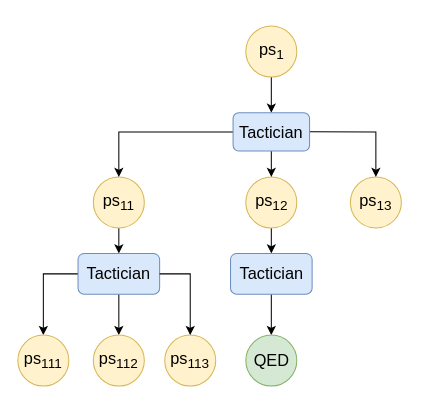
Earlier version of the draw.io diagram tactician.drawio (Zhang-Liao/draw-io). Source tidied: cells renumbered, new cells numbered last; positions are measured from the earlier drawing's top-left corner, leaving out a move shared by most shapes. Both pictures are drawn from the tidied source at 102%, with x=0, y=0 at pixel (17, 26).
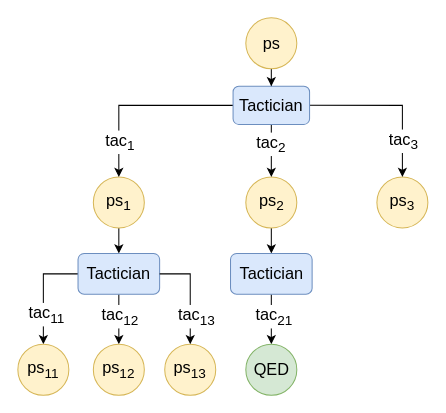
Above is the later version.

Unchanged cells that the change refers to:
```xml
<mxCell id="10" style="edgeStyle=orthogonalEdgeStyle;rounded=0;jettySize=auto;html=1;entryX=0.5;entryY=0;entryDx=0;entryDy=0;" parent="1" edge="1" source="12" target="7">
  <mxGeometry relative="1" as="geometry" />
</mxCell>
<mxCell id="11" style="edgeStyle=orthogonalEdgeStyle;rounded=0;jettySize=auto;html=1;exitX=1;exitY=0.5;exitDx=0;exitDy=0;entryX=0.5;entryY=0;entryDx=0;entryDy=0;" parent="1" edge="1" source="12" target="8">
  <mxGeometry relative="1" as="geometry" />
</mxCell>
```

Change to the diagram source:
```diff
@@
-    <mxCell id="3" value="&lt;font style=&quot;font-size: 16px;&quot;&gt;ps&lt;sub&gt;1&lt;/sub&gt;&lt;/font&gt;" style="ellipse;whiteSpace=wrap;html=1;fillColor=#fff2cc;strokeColor=#d6b656;" parent="1" vertex="1">
-      <mxGeometry x="223.5" width="50" height="50" as="geometry" />
+    <mxCell id="3" value="&lt;font style=&quot;font-size: 16px;&quot;&gt;ps&lt;/font&gt;" style="ellipse;whiteSpace=wrap;html=1;fillColor=#fff2cc;strokeColor=#d6b656;" parent="1" vertex="1">
+      <mxGeometry x="223.5" y="-8" width="50" height="50" as="geometry" />
     </mxCell>
@@
-    <mxCell id="5" value="&lt;font style=&quot;font-size: 16px;&quot;&gt;ps&lt;sub&gt;11&lt;/sub&gt;&lt;/font&gt;" style="ellipse;whiteSpace=wrap;html=1;fillColor=#fff2cc;strokeColor=#d6b656;" parent="1" vertex="1">
+    <mxCell id="5" value="&lt;font style=&quot;font-size: 16px;&quot;&gt;ps&lt;sub&gt;1&lt;/sub&gt;&lt;/font&gt;" style="ellipse;whiteSpace=wrap;html=1;fillColor=#fff2cc;strokeColor=#d6b656;" parent="1" vertex="1">
       <mxGeometry x="74" y="148" width="50" height="50" as="geometry" />
     </mxCell>
@@
-    <mxCell id="7" value="&lt;font style=&quot;font-size: 16px;&quot;&gt;ps&lt;sub&gt;12&lt;/sub&gt;&lt;/font&gt;" style="ellipse;whiteSpace=wrap;html=1;fillColor=#fff2cc;strokeColor=#d6b656;" parent="1" vertex="1">
+    <mxCell id="7" value="&lt;font style=&quot;font-size: 16px;&quot;&gt;ps&lt;sub&gt;2&lt;/sub&gt;&lt;/font&gt;" style="ellipse;whiteSpace=wrap;html=1;fillColor=#fff2cc;strokeColor=#d6b656;" parent="1" vertex="1">
       <mxGeometry x="223.5" y="148" width="50" height="50" as="geometry" />
     </mxCell>
-    <mxCell id="8" value="&lt;font style=&quot;font-size: 16px;&quot;&gt;ps&lt;sub&gt;13&lt;/sub&gt;&lt;/font&gt;" style="ellipse;whiteSpace=wrap;html=1;fillColor=#fff2cc;strokeColor=#d6b656;" parent="1" vertex="1">
-      <mxGeometry x="326" y="148" width="50" height="50" as="geometry" />
+    <mxCell id="8" value="&lt;font style=&quot;font-size: 16px;&quot;&gt;ps&lt;sub&gt;3&lt;/sub&gt;&lt;/font&gt;" style="ellipse;whiteSpace=wrap;html=1;fillColor=#fff2cc;strokeColor=#d6b656;" parent="1" vertex="1">
+      <mxGeometry x="352" y="148" width="50" height="50" as="geometry" />
     </mxCell>
@@
+    <mxCell id="23" value="tac&lt;sub&gt;2&lt;/sub&gt;" style="edgeLabel;html=1;align=center;verticalAlign=middle;fontSize=16;" parent="10" vertex="1">
+      <mxGeometry x="-0.26" y="-1" relative="1" as="geometry" />
+    </mxCell>
@@
+    <mxCell id="24" value="&lt;font style=&quot;font-size: 16px;&quot;&gt;tac&lt;sub style=&quot;&quot;&gt;3&lt;/sub&gt;&lt;/font&gt;" style="edgeLabel;html=1;align=center;verticalAlign=middle;" parent="11" vertex="1">
+      <mxGeometry x="0.35" y="-2" relative="1" as="geometry">
+        <mxPoint x="2" y="17" as="offset" />
+      </mxGeometry>
+    </mxCell>
     <mxCell id="12" value="&lt;font style=&quot;font-size: 16px;&quot;&gt;Tactician&lt;/font&gt;" style="rounded=1;whiteSpace=wrap;html=1;fillColor=#dae8fc;strokeColor=#6c8ebf;" parent="1" vertex="1">
-      <mxGeometry x="211" y="85" width="75" height="37.5" as="geometry" />
+      <mxGeometry x="211" y="59" width="75" height="37.5" as="geometry" />
     </mxCell>
@@
-    <mxCell id="18" value="&lt;font style=&quot;font-size: 16px;&quot;&gt;ps&lt;sub&gt;111&lt;/sub&gt;&lt;/font&gt;" style="ellipse;whiteSpace=wrap;html=1;fillColor=#fff2cc;strokeColor=#d6b656;" parent="1" vertex="1">
-      <mxGeometry y="303" width="50" height="50" as="geometry" />
+    <mxCell id="18" value="&lt;font style=&quot;font-size: 16px;&quot;&gt;ps&lt;sub&gt;11&lt;/sub&gt;&lt;/font&gt;" style="ellipse;whiteSpace=wrap;html=1;fillColor=#fff2cc;strokeColor=#d6b656;" parent="1" vertex="1">
+      <mxGeometry y="312" width="50" height="50" as="geometry" />
     </mxCell>
-    <mxCell id="19" value="&lt;font style=&quot;font-size: 16px;&quot;&gt;ps&lt;sub&gt;112&lt;/sub&gt;&lt;/font&gt;" style="ellipse;whiteSpace=wrap;html=1;fillColor=#fff2cc;strokeColor=#d6b656;" parent="1" vertex="1">
-      <mxGeometry x="74" y="303" width="50" height="50" as="geometry" />
+    <mxCell id="19" value="&lt;font style=&quot;font-size: 16px;&quot;&gt;ps&lt;sub&gt;12&lt;/sub&gt;&lt;/font&gt;" style="ellipse;whiteSpace=wrap;html=1;fillColor=#fff2cc;strokeColor=#d6b656;" parent="1" vertex="1">
+      <mxGeometry x="74" y="312" width="50" height="50" as="geometry" />
     </mxCell>
-    <mxCell id="20" value="&lt;font style=&quot;font-size: 16px;&quot;&gt;ps&lt;sub&gt;113&lt;/sub&gt;&lt;/font&gt;" style="ellipse;whiteSpace=wrap;html=1;fillColor=#fff2cc;strokeColor=#d6b656;" parent="1" vertex="1">
-      <mxGeometry x="144" y="303" width="50" height="50" as="geometry" />
+    <mxCell id="20" value="&lt;font style=&quot;font-size: 16px;&quot;&gt;ps&lt;sub&gt;13&lt;/sub&gt;&lt;/font&gt;" style="ellipse;whiteSpace=wrap;html=1;fillColor=#fff2cc;strokeColor=#d6b656;" parent="1" vertex="1">
+      <mxGeometry x="144" y="312" width="50" height="50" as="geometry" />
     </mxCell>
@@
     <mxCell id="22" value="&lt;span style=&quot;font-size: 16px;&quot;&gt;QED&lt;/span&gt;" style="ellipse;whiteSpace=wrap;html=1;fillColor=#d5e8d4;strokeColor=#82b366;" parent="1" vertex="1">
-      <mxGeometry x="223.5" y="303" width="50" height="50" as="geometry" />
+      <mxGeometry x="223.5" y="312" width="50" height="50" as="geometry" />
     </mxCell>
+    <mxCell id="25" value="tac&lt;sub&gt;1&lt;/sub&gt;" style="edgeLabel;html=1;align=center;verticalAlign=middle;fontSize=16;" parent="1" vertex="1">
+      <mxGeometry x="99" y="113" as="geometry" />
+    </mxCell>
+    <mxCell id="26" value="tac&lt;sub&gt;11&lt;/sub&gt;" style="edgeLabel;html=1;align=center;verticalAlign=middle;fontSize=16;" parent="1" vertex="1">
+      <mxGeometry x="44" y="293" as="geometry">
+        <mxPoint x="-17" y="-11" as="offset" />
+      </mxGeometry>
+    </mxCell>
+    <mxCell id="27" value="tac&lt;sub&gt;12&lt;/sub&gt;" style="edgeLabel;html=1;align=center;verticalAlign=middle;fontSize=16;" parent="1" vertex="1">
+      <mxGeometry x="99" y="284" as="geometry" />
+    </mxCell>
+    <mxCell id="28" value="tac&lt;sub&gt;13&lt;/sub&gt;" style="edgeLabel;html=1;align=center;verticalAlign=middle;fontSize=16;" parent="1" vertex="1">
+      <mxGeometry x="174" y="284" as="geometry" />
+    </mxCell>
+    <mxCell id="29" value="tac&lt;sub&gt;21&lt;/sub&gt;" style="edgeLabel;html=1;align=center;verticalAlign=middle;fontSize=16;" parent="1" vertex="1">
+      <mxGeometry x="270.5" y="293" as="geometry">
+        <mxPoint x="-20" y="-9" as="offset" />
+      </mxGeometry>
+    </mxCell>
```
